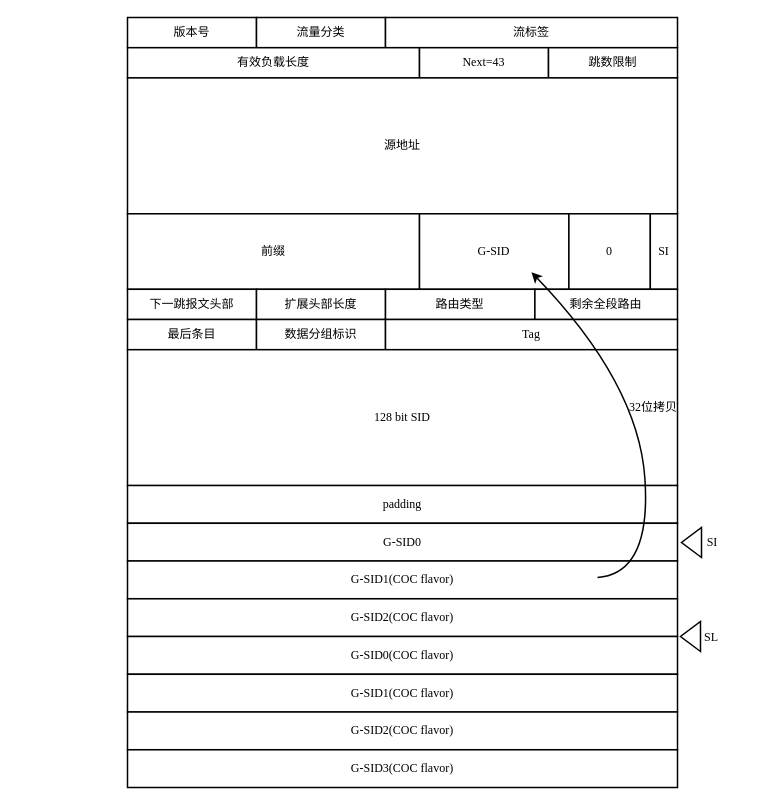
SOANykun/SOA.github.io keeps this draw.io diagram as G-SRv6.drawio. Above is the earlier version. Source tidied: cells renumbered, new cells numbered last; positions are measured from the earlier drawing's top-left corner, leaving out a move shared by most shapes. Both pictures are drawn from the tidied source at 100%, with x=0, y=0 at pixel (127, 17).
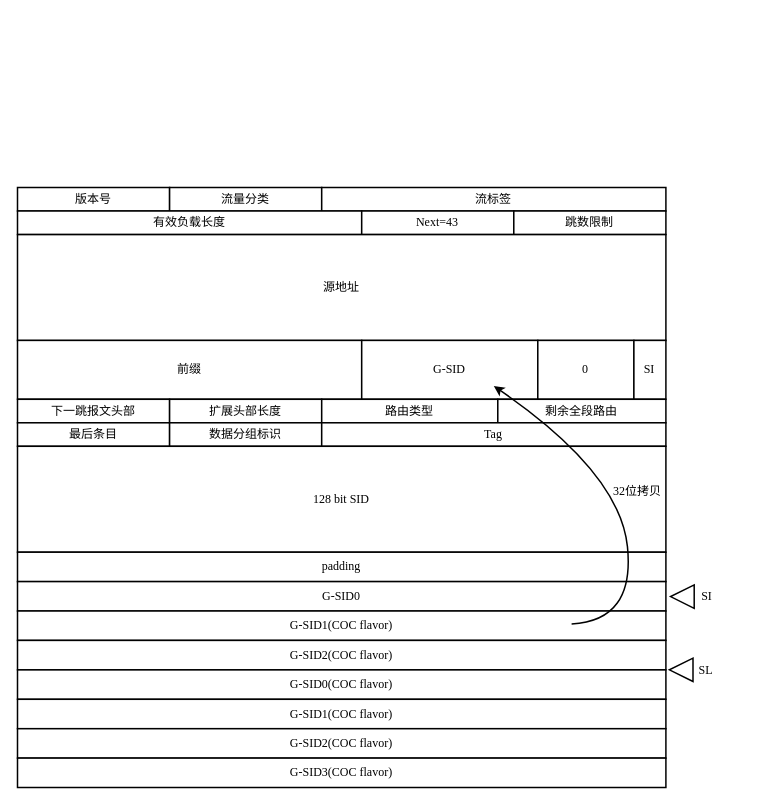
After the change.

Diff of the diagram source:
```diff
@@
+    <mxCell id="36" style="group;" parent="1" vertex="1">
+      <mxGeometry x="-110" y="170" width="725" height="600" as="geometry" />
+    </mxCell>
-    <mxCell id="2" style="group;fontFamily=Times New Roman;fillColor=none;strokeWidth=1.5;fontStyle=0;" parent="1" vertex="1">
-      <mxGeometry width="610" height="770" as="geometry" />
+    <mxCell id="2" style="group;fontFamily=Times New Roman;fillColor=none;strokeWidth=1.5;fontStyle=0;" parent="36" vertex="1">
+      <mxGeometry width="719.1" height="600" as="geometry" />
     </mxCell>
     <mxCell id="3" value="版本号" style="rounded=0;whiteSpace=wrap;html=1;fontFamily=Times New Roman;strokeWidth=1.5;fontStyle=0;" parent="2" vertex="1">
-      <mxGeometry width="129" height="30.2" as="geometry" />
+      <mxGeometry width="152.1" height="23.5" as="geometry" />
     </mxCell>
     <mxCell id="4" value="流量分类" style="rounded=0;whiteSpace=wrap;html=1;fontFamily=Times New Roman;strokeWidth=1.5;fontStyle=0;" parent="2" vertex="1">
-      <mxGeometry x="129" width="129" height="30.2" as="geometry" />
+      <mxGeometry x="152.1" width="152.1" height="23.5" as="geometry" />
     </mxCell>
     <mxCell id="5" value="流标签" style="rounded=0;whiteSpace=wrap;html=1;fontFamily=Times New Roman;strokeWidth=1.5;fontStyle=0;" parent="2" vertex="1">
-      <mxGeometry x="258" width="292" height="30.2" as="geometry" />
+      <mxGeometry x="304.2" width="344.2" height="23.5" as="geometry" />
     </mxCell>
     <mxCell id="6" value="有效负载长度" style="rounded=0;whiteSpace=wrap;html=1;fontFamily=Times New Roman;strokeWidth=1.5;fontStyle=0;" parent="2" vertex="1">
-      <mxGeometry y="30.2" width="292" height="30.2" as="geometry" />
+      <mxGeometry y="23.5" width="344.2" height="23.5" as="geometry" />
     </mxCell>
     <mxCell id="7" value="Next=43" style="rounded=0;whiteSpace=wrap;html=1;fontFamily=Times New Roman;strokeWidth=1.5;fontStyle=0;" parent="2" vertex="1">
-      <mxGeometry x="292" y="30.2" width="129" height="30.2" as="geometry" />
+      <mxGeometry x="344.2" y="23.5" width="152.1" height="23.5" as="geometry" />
     </mxCell>
     <mxCell id="8" value="跳数限制" style="rounded=0;whiteSpace=wrap;html=1;fontFamily=Times New Roman;strokeWidth=1.5;fontStyle=0;" parent="2" vertex="1">
-      <mxGeometry x="421" y="30.2" width="129" height="30.2" as="geometry" />
+      <mxGeometry x="496.3" y="23.5" width="152.1" height="23.5" as="geometry" />
     </mxCell>
     <mxCell id="9" value="源地址" style="rounded=0;whiteSpace=wrap;html=1;fontFamily=Times New Roman;strokeWidth=1.5;fontStyle=0;" parent="2" vertex="1">
-      <mxGeometry y="60.4" width="550" height="135.9" as="geometry" />
+      <mxGeometry y="47.1" width="648.4" height="105.9" as="geometry" />
     </mxCell>
     <mxCell id="10" value="前缀" style="rounded=0;whiteSpace=wrap;html=1;fontFamily=Times New Roman;strokeWidth=1.5;fontStyle=0;" parent="2" vertex="1">
-      <mxGeometry y="196.3" width="292" height="75.5" as="geometry" />
+      <mxGeometry y="152.9" width="344.2" height="58.8" as="geometry" />
     </mxCell>
     <mxCell id="11" value="G-SID" style="rounded=0;whiteSpace=wrap;html=1;fontFamily=Times New Roman;strokeWidth=1.5;fontStyle=0;" parent="2" vertex="1">
-      <mxGeometry x="292" y="196.3" width="149.4" height="75.5" as="geometry" />
+      <mxGeometry x="344.2" y="152.9" width="176.1" height="58.8" as="geometry" />
     </mxCell>
     <mxCell id="12" value="0" style="rounded=0;whiteSpace=wrap;html=1;fontFamily=Times New Roman;strokeWidth=1.5;fontStyle=0;" parent="2" vertex="1">
-      <mxGeometry x="441.4" y="196.3" width="81.5" height="75.5" as="geometry" />
+      <mxGeometry x="520.3" y="152.9" width="96.1" height="58.8" as="geometry" />
     </mxCell>
     <mxCell id="13" value="SI" style="rounded=0;whiteSpace=wrap;html=1;fontFamily=Times New Roman;strokeWidth=1.5;fontStyle=0;" parent="2" vertex="1">
-      <mxGeometry x="522.8" y="196.3" width="27.2" height="75.5" as="geometry" />
+      <mxGeometry x="616.4" y="152.9" width="32" height="58.8" as="geometry" />
     </mxCell>
     <mxCell id="14" value="下一跳报文头部" style="rounded=0;whiteSpace=wrap;html=1;fontFamily=Times New Roman;strokeWidth=1.5;fontStyle=0;" parent="2" vertex="1">
-      <mxGeometry y="271.8" width="129" height="30.2" as="geometry" />
+      <mxGeometry y="211.8" width="152.1" height="23.5" as="geometry" />
     </mxCell>
     <mxCell id="15" value="最后条目" style="rounded=0;whiteSpace=wrap;html=1;fontFamily=Times New Roman;strokeWidth=1.5;fontStyle=0;" parent="2" vertex="1">
-      <mxGeometry y="302" width="129" height="30.2" as="geometry" />
+      <mxGeometry y="235.3" width="152.1" height="23.5" as="geometry" />
     </mxCell>
     <mxCell id="16" value="扩展头部长度" style="rounded=0;whiteSpace=wrap;html=1;fontFamily=Times New Roman;strokeWidth=1.5;fontStyle=0;" parent="2" vertex="1">
-      <mxGeometry x="129" y="271.8" width="129" height="30.2" as="geometry" />
+      <mxGeometry x="152.1" y="211.8" width="152.1" height="23.5" as="geometry" />
     </mxCell>
     <mxCell id="17" value="路由类型" style="rounded=0;whiteSpace=wrap;html=1;fontFamily=Times New Roman;strokeWidth=1.5;fontStyle=0;" parent="2" vertex="1">
-      <mxGeometry x="258" y="271.8" width="149.4" height="30.2" as="geometry" />
+      <mxGeometry x="304.2" y="211.8" width="176.1" height="23.5" as="geometry" />
     </mxCell>
     <mxCell id="18" value="剩余全段路由" style="rounded=0;whiteSpace=wrap;html=1;fontFamily=Times New Roman;strokeWidth=1.5;fontStyle=0;" parent="2" vertex="1">
-      <mxGeometry x="407.4" y="271.8" width="142.6" height="30.2" as="geometry" />
+      <mxGeometry x="480.3" y="211.8" width="168.1" height="23.5" as="geometry" />
     </mxCell>
     <mxCell id="19" value="数据分组标识" style="rounded=0;whiteSpace=wrap;html=1;fontFamily=Times New Roman;strokeWidth=1.5;fontStyle=0;" parent="2" vertex="1">
-      <mxGeometry x="129" y="302" width="129" height="30.2" as="geometry" />
+      <mxGeometry x="152.1" y="235.3" width="152.1" height="23.5" as="geometry" />
     </mxCell>
     <mxCell id="20" value="Tag" style="rounded=0;whiteSpace=wrap;html=1;fontFamily=Times New Roman;strokeWidth=1.5;fontStyle=0;" parent="2" vertex="1">
-      <mxGeometry x="258" y="302" width="292" height="30.2" as="geometry" />
+      <mxGeometry x="304.2" y="235.3" width="344.2" height="23.5" as="geometry" />
     </mxCell>
     <mxCell id="21" value="128 bit SID" style="rounded=0;whiteSpace=wrap;html=1;fontFamily=Times New Roman;strokeWidth=1.5;fontStyle=0;" parent="2" vertex="1">
-      <mxGeometry y="332.2" width="550" height="135.9" as="geometry" />
+      <mxGeometry y="258.8" width="648.4" height="105.9" as="geometry" />
     </mxCell>
     <mxCell id="22" value="padding" style="rounded=0;whiteSpace=wrap;html=1;fontFamily=Times New Roman;strokeWidth=1.5;fontStyle=0;" parent="2" vertex="1">
-      <mxGeometry y="468" width="550" height="37.7" as="geometry" />
+      <mxGeometry y="364.7" width="648.4" height="29.4" as="geometry" />
     </mxCell>
     <mxCell id="23" value="G-SID0" style="rounded=0;whiteSpace=wrap;html=1;fontFamily=Times New Roman;strokeWidth=1.5;fontStyle=0;" parent="2" vertex="1">
-      <mxGeometry y="505.8" width="550" height="37.7" as="geometry" />
+      <mxGeometry y="394.1" width="648.4" height="29.4" as="geometry" />
     </mxCell>
     <mxCell id="24" value="G-SID1(COC flavor)" style="rounded=0;whiteSpace=wrap;html=1;fontFamily=Times New Roman;strokeWidth=1.5;fontStyle=0;" parent="2" vertex="1">
-      <mxGeometry y="543.5" width="550" height="37.7" as="geometry" />
+      <mxGeometry y="423.5" width="648.4" height="29.4" as="geometry" />
     </mxCell>
     <mxCell id="25" value="G-SID2(COC flavor)" style="rounded=0;whiteSpace=wrap;html=1;fontFamily=Times New Roman;strokeWidth=1.5;fontStyle=0;" parent="2" vertex="1">
-      <mxGeometry y="581.3" width="550" height="37.7" as="geometry" />
+      <mxGeometry y="452.9" width="648.4" height="29.4" as="geometry" />
     </mxCell>
     <mxCell id="26" value="G-SID0(COC flavor)" style="rounded=0;whiteSpace=wrap;html=1;fontFamily=Times New Roman;strokeWidth=1.5;fontStyle=0;" parent="2" vertex="1">
-      <mxGeometry y="619" width="550" height="37.7" as="geometry" />
+      <mxGeometry y="482.4" width="648.4" height="29.4" as="geometry" />
     </mxCell>
     <mxCell id="27" value="G-SID1(COC flavor)" style="rounded=0;whiteSpace=wrap;html=1;fontFamily=Times New Roman;strokeWidth=1.5;fontStyle=0;" parent="2" vertex="1">
-      <mxGeometry y="656.8" width="550" height="37.7" as="geometry" />
+      <mxGeometry y="511.8" width="648.4" height="29.4" as="geometry" />
     </mxCell>
     <mxCell id="28" value="G-SID2(COC flavor)" style="rounded=0;whiteSpace=wrap;html=1;fontFamily=Times New Roman;strokeWidth=1.5;fontStyle=0;" parent="2" vertex="1">
-      <mxGeometry y="694.5" width="550" height="37.7" as="geometry" />
+      <mxGeometry y="541.2" width="648.4" height="29.4" as="geometry" />
     </mxCell>
     <mxCell id="29" value="G-SID3(COC flavor)" style="rounded=0;whiteSpace=wrap;html=1;fontFamily=Times New Roman;strokeWidth=1.5;fontStyle=0;" parent="2" vertex="1">
-      <mxGeometry y="732.3" width="550" height="37.7" as="geometry" />
+      <mxGeometry y="570.6" width="648.4" height="29.4" as="geometry" />
     </mxCell>
     <mxCell id="30" style="curved=1;endArrow=classic;html=1;rounded=0;entryX=0.75;entryY=1;entryDx=0;entryDy=0;strokeWidth=1.5;fontStyle=0;fontFamily=Times New Roman;" parent="2" edge="1">
       <mxGeometry relative="1" as="geometry">
-        <mxPoint x="470" y="560" as="sourcePoint" />
-        <mxPoint x="404" y="254.8" as="targetPoint" />
+        <mxPoint x="554.1" y="436.4" as="sourcePoint" />
+        <mxPoint x="476.3" y="198.5" as="targetPoint" />
         <Array as="points">
-          <mxPoint x="523.8" y="556" />
-          <mxPoint x="511" y="366" />
+          <mxPoint x="617.5" y="433.2" />
+          <mxPoint x="602.4" y="285.2" />
         </Array>
       </mxGeometry>
     </mxCell>
     <mxCell id="31" value="32位拷贝" style="rounded=0;whiteSpace=wrap;html=1;strokeColor=none;fillColor=none;strokeWidth=1.5;fontStyle=0;fontFamily=Times New Roman;" parent="2" vertex="1">
-      <mxGeometry x="486" y="380" width="80" height="20" as="geometry" />
+      <mxGeometry x="572.9" y="296.1" width="94.3" height="15.6" as="geometry" />
     </mxCell>
     <mxCell id="32" value="SL" style="rounded=0;whiteSpace=wrap;html=1;strokeColor=none;fillColor=none;strokeWidth=1.5;fontStyle=0;fontFamily=Times New Roman;" parent="2" vertex="1">
-      <mxGeometry x="554" y="610" width="60" height="20" as="geometry" />
+      <mxGeometry x="653.1" y="475.3" width="70.7" height="15.6" as="geometry" />
     </mxCell>
-    <mxCell id="33" value="SI" style="rounded=0;whiteSpace=wrap;html=1;strokeColor=none;fillColor=none;strokeWidth=1.5;fontStyle=0;fontFamily=Times New Roman;" parent="1" vertex="1">
-      <mxGeometry x="555" y="515" width="60" height="20" as="geometry" />
+    <mxCell id="33" value="SI" style="rounded=0;whiteSpace=wrap;html=1;strokeColor=none;fillColor=none;strokeWidth=1.5;fontStyle=0;fontFamily=Times New Roman;" parent="36" vertex="1">
+      <mxGeometry x="654.3" y="401.3" width="70.7" height="15.6" as="geometry" />
     </mxCell>
-    <mxCell id="34" style="triangle;whiteSpace=wrap;html=1;rotation=-180;strokeWidth=1.5;fontStyle=0;fontFamily=Times New Roman;" parent="1" vertex="1">
-      <mxGeometry x="554" y="510" width="20" height="30" as="geometry" />
+    <mxCell id="34" style="triangle;whiteSpace=wrap;html=1;rotation=-180;strokeWidth=1.5;fontStyle=0;fontFamily=Times New Roman;" parent="36" vertex="1">
+      <mxGeometry x="653.1" y="397.4" width="23.6" height="23.4" as="geometry" />
     </mxCell>
-    <mxCell id="35" style="triangle;whiteSpace=wrap;html=1;rotation=-180;strokeWidth=1.5;fontStyle=0;fontFamily=Times New Roman;" parent="1" vertex="1">
-      <mxGeometry x="553" y="604" width="20" height="30" as="geometry" />
+    <mxCell id="35" style="triangle;whiteSpace=wrap;html=1;rotation=-180;strokeWidth=1.5;fontStyle=0;fontFamily=Times New Roman;" parent="36" vertex="1">
+      <mxGeometry x="651.9" y="470.6" width="23.6" height="23.4" as="geometry" />
     </mxCell>
```
